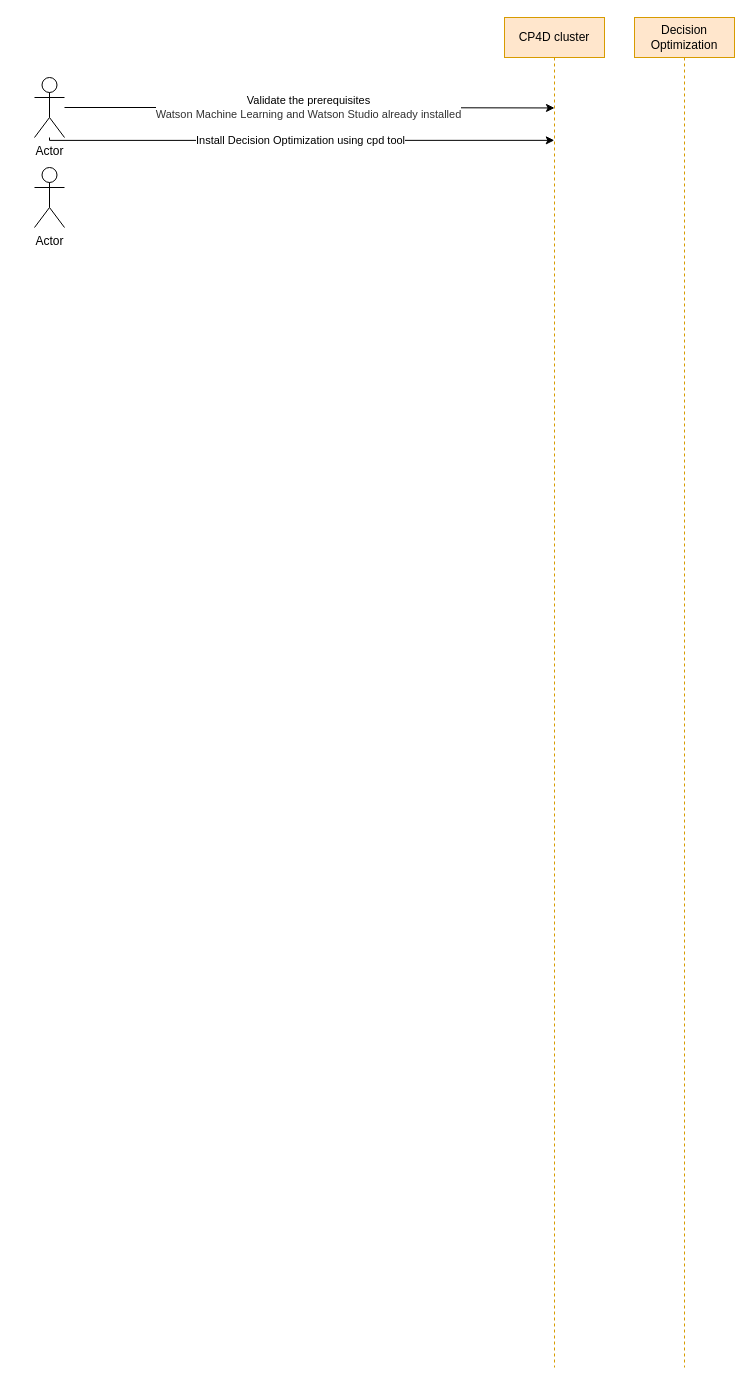
Above: do.drawio in kanchantewary/CloudPakForData (draw.io), before the change. Source tidied: cells renumbered, new cells numbered last; positions are measured from the earlier drawing's top-left corner, leaving out a move shared by most shapes. Both pictures are drawn from the tidied source at 100%, with x=0, y=0 at pixel (34, 17).
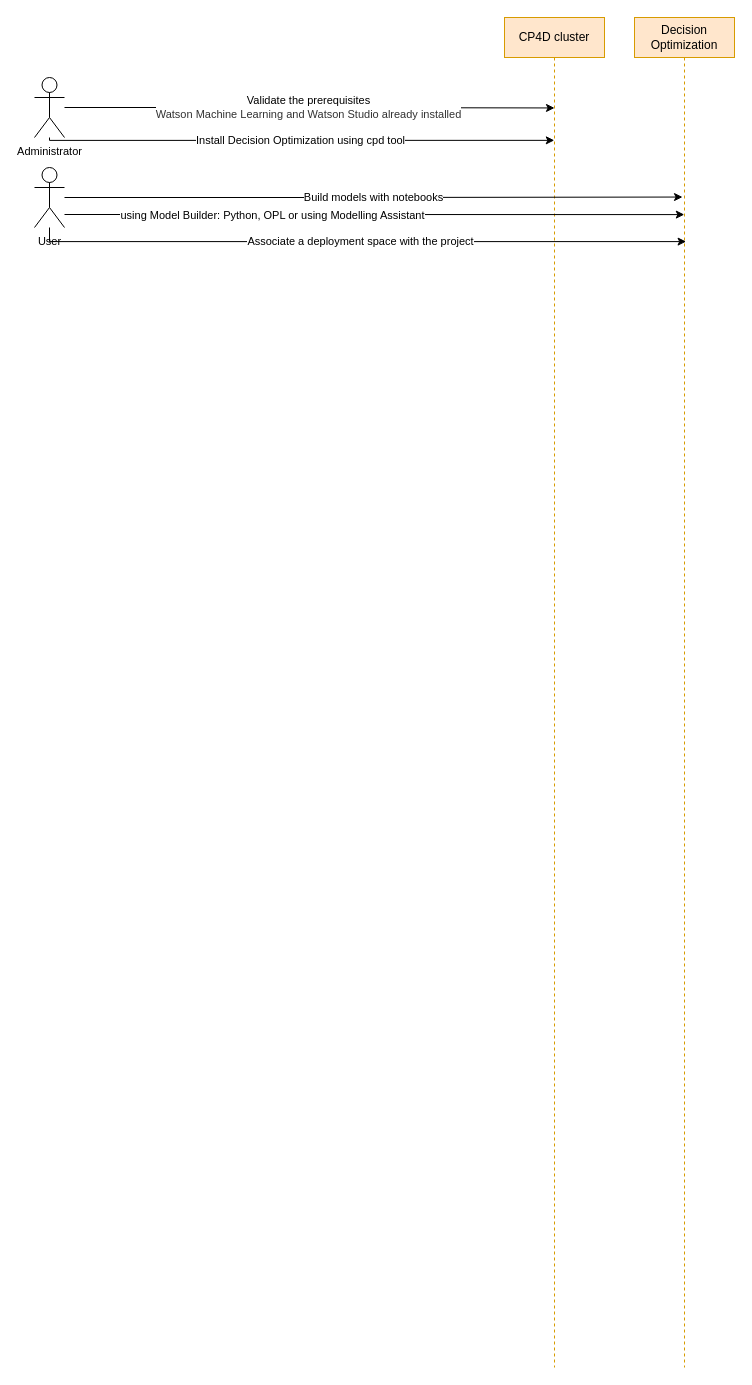
Above is the later version.

The edit, as a diff of the source:
```diff
@@
 <mxGraphModel>
   <root>
     <mxCell id="0" />
     <mxCell id="1" parent="0" />
     <mxCell id="2" value="Decision Optimization" style="shape=umlLifeline;perimeter=lifelinePerimeter;whiteSpace=wrap;html=1;outlineConnect=0;fillColor=#ffe6cc;strokeColor=#d79b00;" parent="1" vertex="1">
       <mxGeometry x="600" width="100" height="1350" as="geometry" />
     </mxCell>
     <mxCell id="3" value="&lt;font style=&quot;font-size: 11px&quot;&gt;Validate the prerequisites&lt;br&gt;&lt;font style=&quot;font-size: 11px&quot;&gt;&lt;span style=&quot;margin: 0px ; padding: 0px ; border: 0px ; vertical-align: baseline ; color: rgb(50 , 50 , 50)&quot;&gt;&lt;span class=&quot;keyword&quot; style=&quot;margin: 0px ; padding: 0px ; border: 0px ; vertical-align: baseline&quot;&gt;Watson Machine Learning&lt;/span&gt;&lt;/span&gt;&lt;span style=&quot;color: rgb(50 , 50 , 50)&quot;&gt;&amp;nbsp;and&amp;nbsp;&lt;/span&gt;&lt;span style=&quot;margin: 0px ; padding: 0px ; border: 0px ; vertical-align: baseline ; color: rgb(50 , 50 , 50)&quot;&gt;Watson Studio&lt;/span&gt;&lt;span style=&quot;color: rgb(50 , 50 , 50)&quot;&gt;&amp;nbsp;already installed&lt;/span&gt;&lt;/font&gt;&lt;/font&gt;" style="edgeStyle=orthogonalEdgeStyle;rounded=0;jettySize=auto;html=1;entryX=0.5;entryY=0.067;entryDx=0;entryDy=0;entryPerimeter=0;" parent="1" edge="1" source="5" target="6">
       <mxGeometry relative="1" as="geometry" />
     </mxCell>
     <mxCell id="4" value="Install Decision Optimization using cpd tool" style="edgeStyle=orthogonalEdgeStyle;rounded=0;jettySize=auto;html=1;entryX=0.498;entryY=0.091;entryDx=0;entryDy=0;entryPerimeter=0;" parent="1" edge="1" source="5" target="6">
       <mxGeometry relative="1" as="geometry">
         <Array as="points">
           <mxPoint x="15" y="123" />
         </Array>
       </mxGeometry>
     </mxCell>
-    <mxCell id="5" value="Actor" style="shape=umlActor;verticalLabelPosition=bottom;verticalAlign=top;html=1;outlineConnect=0;" parent="1" vertex="1">
+    <mxCell id="5" value="&lt;font style=&quot;font-size: 11px&quot;&gt;Administrator&lt;/font&gt;" style="shape=umlActor;verticalLabelPosition=bottom;verticalAlign=top;html=1;outlineConnect=0;" parent="1" vertex="1">
       <mxGeometry y="60" width="30" height="60" as="geometry" />
     </mxCell>
     <mxCell id="6" value="CP4D cluster" style="shape=umlLifeline;perimeter=lifelinePerimeter;whiteSpace=wrap;html=1;outlineConnect=0;fillColor=#ffe6cc;strokeColor=#d79b00;" parent="1" vertex="1">
       <mxGeometry x="470" width="100" height="1350" as="geometry" />
     </mxCell>
+    <mxCell id="8" value="Build models with notebooks" style="edgeStyle=orthogonalEdgeStyle;rounded=0;jettySize=auto;html=1;entryX=0.48;entryY=0.133;entryDx=0;entryDy=0;entryPerimeter=0;" parent="1" edge="1" source="7" target="2">
+      <mxGeometry relative="1" as="geometry" />
+    </mxCell>
+    <mxCell id="9" style="edgeStyle=orthogonalEdgeStyle;rounded=0;jettySize=auto;html=1;entryX=0.498;entryY=0.146;entryDx=0;entryDy=0;entryPerimeter=0;" parent="1" edge="1" source="7" target="2">
+      <mxGeometry relative="1" as="geometry">
+        <Array as="points">
+          <mxPoint x="170" y="197" />
+          <mxPoint x="170" y="197" />
+        </Array>
+      </mxGeometry>
+    </mxCell>
+    <mxCell id="10" value="using Model Builder: Python, OPL or using Modelling Assistant" style="edgeLabel;html=1;align=center;verticalAlign=middle;" parent="9" vertex="1">
+      <mxGeometry x="-0.33" relative="1" as="geometry" />
+    </mxCell>
+    <mxCell id="11" value="Associate a deployment space with the project" style="edgeStyle=orthogonalEdgeStyle;rounded=0;jettySize=auto;html=1;entryX=0.516;entryY=0.166;entryDx=0;entryDy=0;entryPerimeter=0;" parent="1" edge="1" source="7" target="2">
+      <mxGeometry relative="1" as="geometry">
+        <Array as="points">
+          <mxPoint x="15" y="224" />
+        </Array>
+      </mxGeometry>
+    </mxCell>
-    <mxCell id="7" value="Actor" style="shape=umlActor;verticalLabelPosition=bottom;verticalAlign=top;html=1;outlineConnect=0;" parent="1" vertex="1">
+    <mxCell id="7" value="&lt;font style=&quot;font-size: 11px&quot;&gt;User&lt;/font&gt;" style="shape=umlActor;verticalLabelPosition=bottom;verticalAlign=top;html=1;outlineConnect=0;" parent="1" vertex="1">
       <mxGeometry y="150" width="30" height="60" as="geometry" />
     </mxCell>
   </root>
 </mxGraphModel>
```
